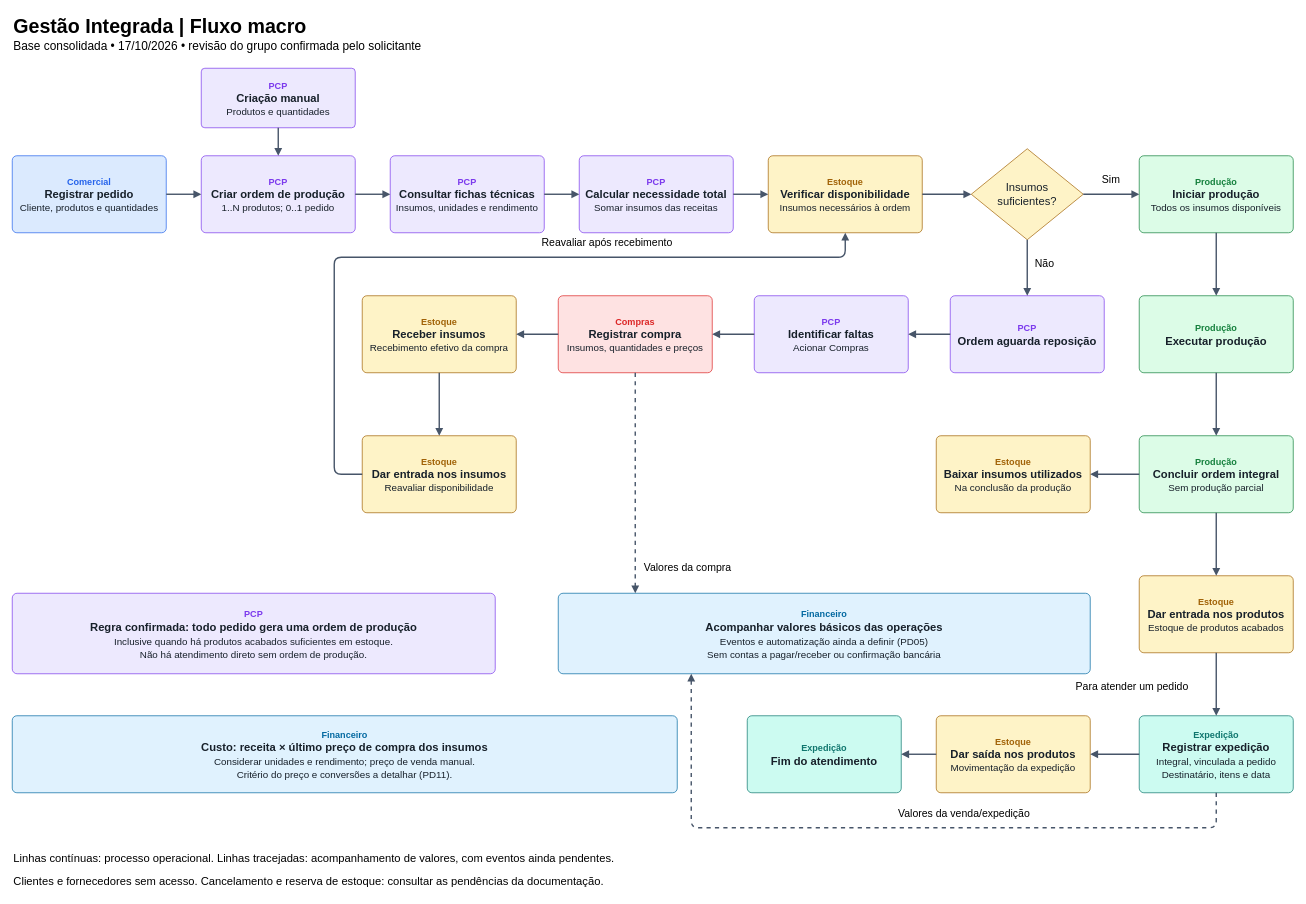
This is docs/03-modelagem/fluxo-macro/fluxo-macro.drawio from edumoreira7/TCC---Gestao-Integrada, a draw.io file, before an edit. Source tidied: cells renumbered, new cells numbered last; positions are measured from the earlier drawing's top-left corner, leaving out a move shared by most shapes. Both pictures are drawn from the tidied source at 70%, with x=0, y=0 at pixel (12, 12).
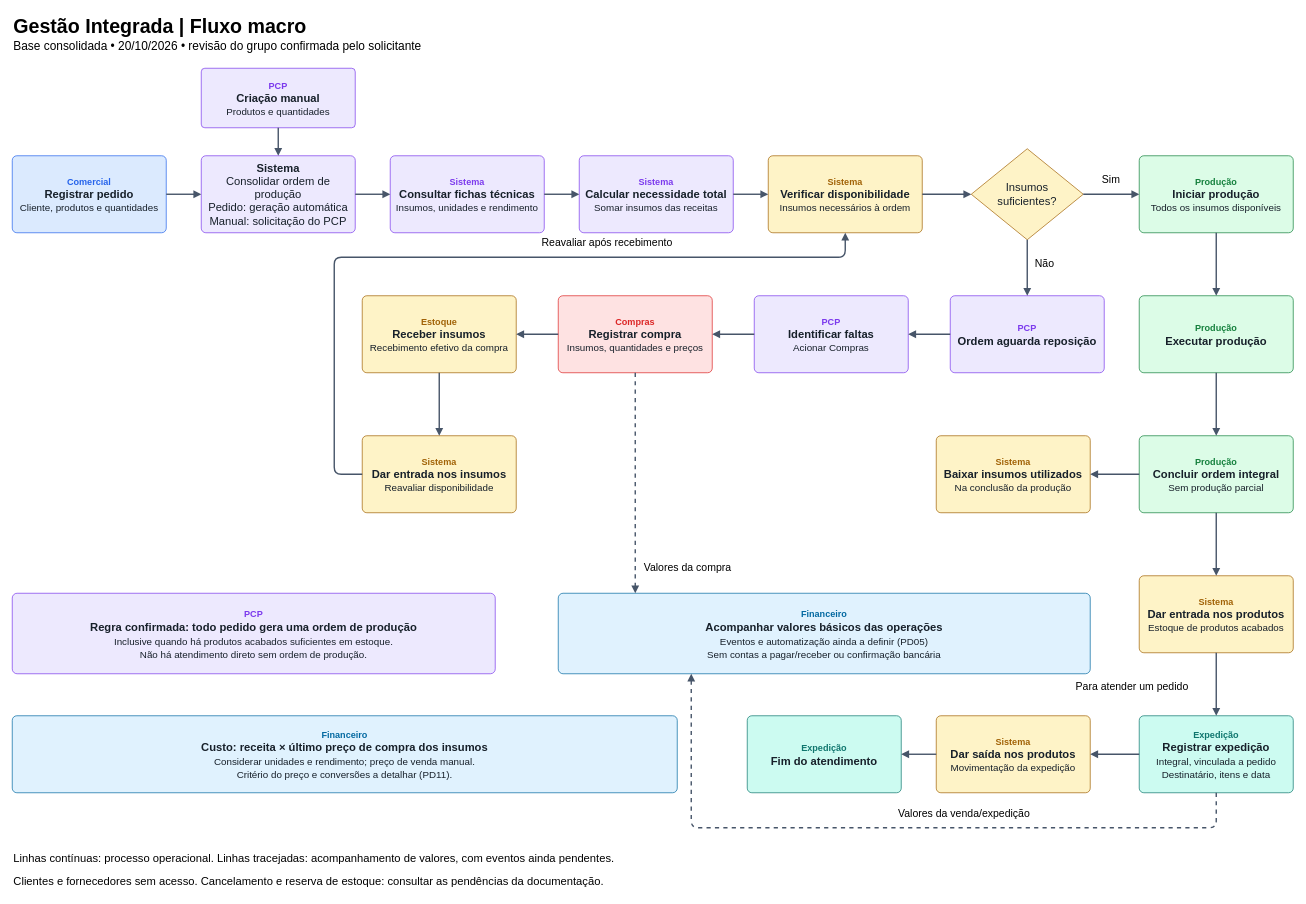
Above is the later version.

Diff of the diagram source:
```diff
@@
-    <mxCell id="3" value="Base consolidada • 17/10/2026 • revisão do grupo confirmada pelo solicitante" style="text;html=1;align=left;verticalAlign=middle;whiteSpace=wrap;fontFamily=Arial;fontSize=17;" parent="1" vertex="1">
+    <mxCell id="3" value="Base consolidada • 20/10/2026 • revisão do grupo confirmada pelo solicitante" style="text;html=1;align=left;verticalAlign=middle;whiteSpace=wrap;fontFamily=Arial;fontSize=17;" parent="1" vertex="1">
       <mxGeometry y="35" width="1400" height="30" as="geometry" />
     </mxCell>
@@
-    <mxCell id="6" value="&lt;font color=&quot;#7C3AED&quot; style=&quot;font-size:13px&quot;&gt;&lt;b&gt;PCP&lt;/b&gt;&lt;/font&gt;&lt;br&gt;&lt;b&gt;Criar ordem de produção&lt;/b&gt;&lt;br&gt;&lt;font style=&quot;font-size:14px&quot;&gt;1..N produtos; 0..1 pedido&lt;/font&gt;" style="rounded=1;arcSize=6;whiteSpace=wrap;html=1;fillColor=#EDE9FE;strokeColor=#7C3AED;fontColor=#17202A;fontFamily=Arial;fontSize=16;" parent="1" vertex="1">
+    <mxCell id="6" value="&lt;b&gt;Sistema&lt;/b&gt;&lt;br&gt;Consolidar ordem de produção&lt;br&gt;Pedido: geração automática&lt;br&gt;Manual: solicitação do PCP" style="rounded=1;arcSize=6;whiteSpace=wrap;html=1;fillColor=#EDE9FE;strokeColor=#7C3AED;fontColor=#17202A;fontFamily=Arial;fontSize=16;" parent="1" vertex="1">
       <mxGeometry x="270" y="205" width="220" height="110" as="geometry" />
     </mxCell>
-    <mxCell id="7" value="&lt;font color=&quot;#7C3AED&quot; style=&quot;font-size:13px&quot;&gt;&lt;b&gt;PCP&lt;/b&gt;&lt;/font&gt;&lt;br&gt;&lt;b&gt;Consultar fichas técnicas&lt;/b&gt;&lt;br&gt;&lt;font style=&quot;font-size:14px&quot;&gt;Insumos, unidades e rendimento&lt;/font&gt;" style="rounded=1;arcSize=6;whiteSpace=wrap;html=1;fillColor=#EDE9FE;strokeColor=#7C3AED;fontColor=#17202A;fontFamily=Arial;fontSize=16;" parent="1" vertex="1">
+    <mxCell id="7" value="&lt;font color=&quot;#7C3AED&quot; style=&quot;font-size:13px&quot;&gt;&lt;b&gt;Sistema&lt;/b&gt;&lt;/font&gt;&lt;br&gt;&lt;b&gt;Consultar fichas técnicas&lt;/b&gt;&lt;br&gt;&lt;font style=&quot;font-size:14px&quot;&gt;Insumos, unidades e rendimento&lt;/font&gt;" style="rounded=1;arcSize=6;whiteSpace=wrap;html=1;fillColor=#EDE9FE;strokeColor=#7C3AED;fontColor=#17202A;fontFamily=Arial;fontSize=16;" parent="1" vertex="1">
       <mxGeometry x="540" y="205" width="220" height="110" as="geometry" />
     </mxCell>
-    <mxCell id="8" value="&lt;font color=&quot;#7C3AED&quot; style=&quot;font-size:13px&quot;&gt;&lt;b&gt;PCP&lt;/b&gt;&lt;/font&gt;&lt;br&gt;&lt;b&gt;Calcular necessidade total&lt;/b&gt;&lt;br&gt;&lt;font style=&quot;font-size:14px&quot;&gt;Somar insumos das receitas&lt;/font&gt;" style="rounded=1;arcSize=6;whiteSpace=wrap;html=1;fillColor=#EDE9FE;strokeColor=#7C3AED;fontColor=#17202A;fontFamily=Arial;fontSize=16;" parent="1" vertex="1">
+    <mxCell id="8" value="&lt;font color=&quot;#7C3AED&quot; style=&quot;font-size:13px&quot;&gt;&lt;b&gt;Sistema&lt;/b&gt;&lt;/font&gt;&lt;br&gt;&lt;b&gt;Calcular necessidade total&lt;/b&gt;&lt;br&gt;&lt;font style=&quot;font-size:14px&quot;&gt;Somar insumos das receitas&lt;/font&gt;" style="rounded=1;arcSize=6;whiteSpace=wrap;html=1;fillColor=#EDE9FE;strokeColor=#7C3AED;fontColor=#17202A;fontFamily=Arial;fontSize=16;" parent="1" vertex="1">
       <mxGeometry x="810" y="205" width="220" height="110" as="geometry" />
     </mxCell>
-    <mxCell id="9" value="&lt;font color=&quot;#A16207&quot; style=&quot;font-size:13px&quot;&gt;&lt;b&gt;Estoque&lt;/b&gt;&lt;/font&gt;&lt;br&gt;&lt;b&gt;Verificar disponibilidade&lt;/b&gt;&lt;br&gt;&lt;font style=&quot;font-size:14px&quot;&gt;Insumos necessários à ordem&lt;/font&gt;" style="rounded=1;arcSize=6;whiteSpace=wrap;html=1;fillColor=#FEF3C7;strokeColor=#A16207;fontColor=#17202A;fontFamily=Arial;fontSize=16;" parent="1" vertex="1">
+    <mxCell id="9" value="&lt;font color=&quot;#A16207&quot; style=&quot;font-size:13px&quot;&gt;&lt;b&gt;Sistema&lt;/b&gt;&lt;/font&gt;&lt;br&gt;&lt;b&gt;Verificar disponibilidade&lt;/b&gt;&lt;br&gt;&lt;font style=&quot;font-size:14px&quot;&gt;Insumos necessários à ordem&lt;/font&gt;" style="rounded=1;arcSize=6;whiteSpace=wrap;html=1;fillColor=#FEF3C7;strokeColor=#A16207;fontColor=#17202A;fontFamily=Arial;fontSize=16;" parent="1" vertex="1">
       <mxGeometry x="1080" y="205" width="220" height="110" as="geometry" />
     </mxCell>
@@
-    <mxCell id="16" value="&lt;font color=&quot;#A16207&quot; style=&quot;font-size:13px&quot;&gt;&lt;b&gt;Estoque&lt;/b&gt;&lt;/font&gt;&lt;br&gt;&lt;b&gt;Dar entrada nos insumos&lt;/b&gt;&lt;br&gt;&lt;font style=&quot;font-size:14px&quot;&gt;Reavaliar disponibilidade&lt;/font&gt;" style="rounded=1;arcSize=6;whiteSpace=wrap;html=1;fillColor=#FEF3C7;strokeColor=#A16207;fontColor=#17202A;fontFamily=Arial;fontSize=16;" parent="1" vertex="1">
+    <mxCell id="16" value="&lt;font color=&quot;#A16207&quot; style=&quot;font-size:13px&quot;&gt;&lt;b&gt;Sistema&lt;/b&gt;&lt;/font&gt;&lt;br&gt;&lt;b&gt;Dar entrada nos insumos&lt;/b&gt;&lt;br&gt;&lt;font style=&quot;font-size:14px&quot;&gt;Reavaliar disponibilidade&lt;/font&gt;" style="rounded=1;arcSize=6;whiteSpace=wrap;html=1;fillColor=#FEF3C7;strokeColor=#A16207;fontColor=#17202A;fontFamily=Arial;fontSize=16;" parent="1" vertex="1">
       <mxGeometry x="500" y="605" width="220" height="110" as="geometry" />
     </mxCell>
@@
-    <mxCell id="19" value="&lt;font color=&quot;#A16207&quot; style=&quot;font-size:13px&quot;&gt;&lt;b&gt;Estoque&lt;/b&gt;&lt;/font&gt;&lt;br&gt;&lt;b&gt;Baixar insumos utilizados&lt;/b&gt;&lt;br&gt;&lt;font style=&quot;font-size:14px&quot;&gt;Na conclusão da produção&lt;/font&gt;" style="rounded=1;arcSize=6;whiteSpace=wrap;html=1;fillColor=#FEF3C7;strokeColor=#A16207;fontColor=#17202A;fontFamily=Arial;fontSize=16;" parent="1" vertex="1">
+    <mxCell id="19" value="&lt;font color=&quot;#A16207&quot; style=&quot;font-size:13px&quot;&gt;&lt;b&gt;Sistema&lt;/b&gt;&lt;/font&gt;&lt;br&gt;&lt;b&gt;Baixar insumos utilizados&lt;/b&gt;&lt;br&gt;&lt;font style=&quot;font-size:14px&quot;&gt;Na conclusão da produção&lt;/font&gt;" style="rounded=1;arcSize=6;whiteSpace=wrap;html=1;fillColor=#FEF3C7;strokeColor=#A16207;fontColor=#17202A;fontFamily=Arial;fontSize=16;" parent="1" vertex="1">
       <mxGeometry x="1320" y="605" width="220" height="110" as="geometry" />
     </mxCell>
-    <mxCell id="20" value="&lt;font color=&quot;#A16207&quot; style=&quot;font-size:13px&quot;&gt;&lt;b&gt;Estoque&lt;/b&gt;&lt;/font&gt;&lt;br&gt;&lt;b&gt;Dar entrada nos produtos&lt;/b&gt;&lt;br&gt;&lt;font style=&quot;font-size:14px&quot;&gt;Estoque de produtos acabados&lt;/font&gt;" style="rounded=1;arcSize=6;whiteSpace=wrap;html=1;fillColor=#FEF3C7;strokeColor=#A16207;fontColor=#17202A;fontFamily=Arial;fontSize=16;" parent="1" vertex="1">
+    <mxCell id="20" value="&lt;font color=&quot;#A16207&quot; style=&quot;font-size:13px&quot;&gt;&lt;b&gt;Sistema&lt;/b&gt;&lt;/font&gt;&lt;br&gt;&lt;b&gt;Dar entrada nos produtos&lt;/b&gt;&lt;br&gt;&lt;font style=&quot;font-size:14px&quot;&gt;Estoque de produtos acabados&lt;/font&gt;" style="rounded=1;arcSize=6;whiteSpace=wrap;html=1;fillColor=#FEF3C7;strokeColor=#A16207;fontColor=#17202A;fontFamily=Arial;fontSize=16;" parent="1" vertex="1">
       <mxGeometry x="1610" y="805" width="220" height="110" as="geometry" />
     </mxCell>
@@
-    <mxCell id="22" value="&lt;font color=&quot;#A16207&quot; style=&quot;font-size:13px&quot;&gt;&lt;b&gt;Estoque&lt;/b&gt;&lt;/font&gt;&lt;br&gt;&lt;b&gt;Dar saída nos produtos&lt;/b&gt;&lt;br&gt;&lt;font style=&quot;font-size:14px&quot;&gt;Movimentação da expedição&lt;/font&gt;" style="rounded=1;arcSize=6;whiteSpace=wrap;html=1;fillColor=#FEF3C7;strokeColor=#A16207;fontColor=#17202A;fontFamily=Arial;fontSize=16;" parent="1" vertex="1">
+    <mxCell id="22" value="&lt;font color=&quot;#A16207&quot; style=&quot;font-size:13px&quot;&gt;&lt;b&gt;Sistema&lt;/b&gt;&lt;/font&gt;&lt;br&gt;&lt;b&gt;Dar saída nos produtos&lt;/b&gt;&lt;br&gt;&lt;font style=&quot;font-size:14px&quot;&gt;Movimentação da expedição&lt;/font&gt;" style="rounded=1;arcSize=6;whiteSpace=wrap;html=1;fillColor=#FEF3C7;strokeColor=#A16207;fontColor=#17202A;fontFamily=Arial;fontSize=16;" parent="1" vertex="1">
       <mxGeometry x="1320" y="1005" width="220" height="110" as="geometry" />
     </mxCell>
```
